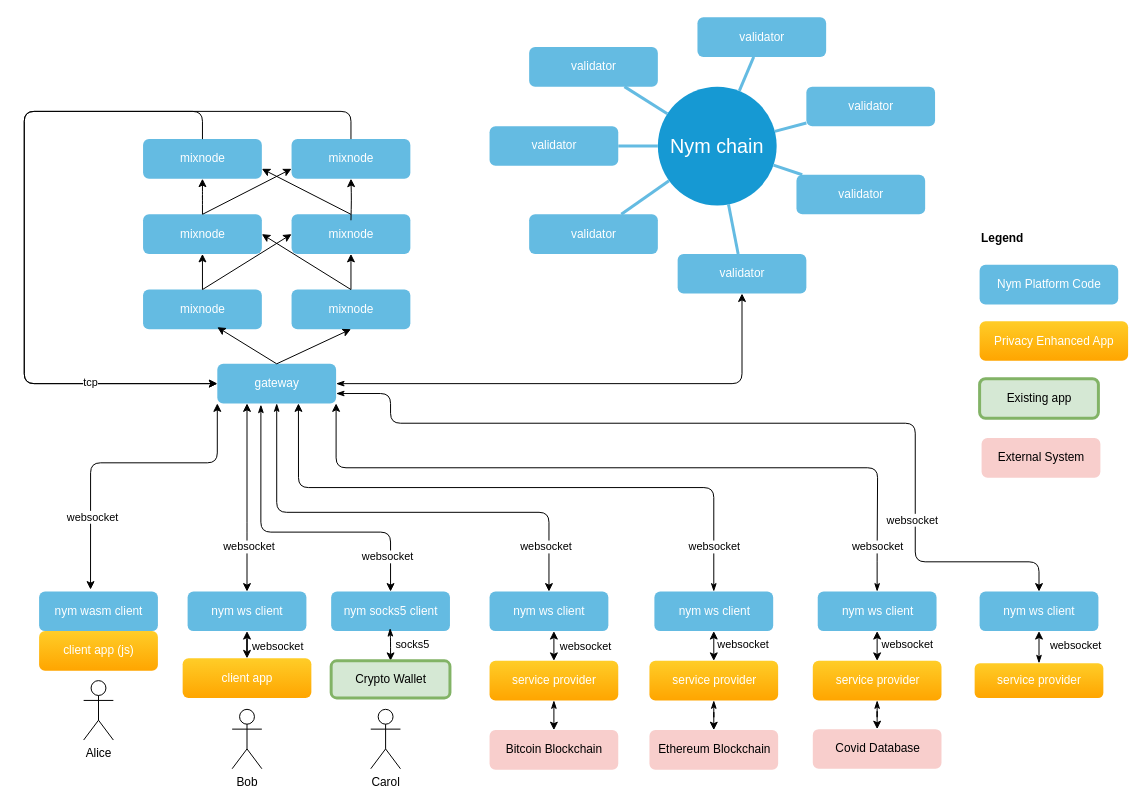
sven-hash/docs keeps this draw.io diagram as static/drawio_files/nym-platform.drawio. Above is the earlier version. Source tidied: cells renumbered, new cells numbered last; positions are measured from the earlier drawing's top-left corner, leaving out a move shared by most shapes. Both pictures are drawn from the tidied source at 99%, with x=0, y=0 at pixel (24, 17).
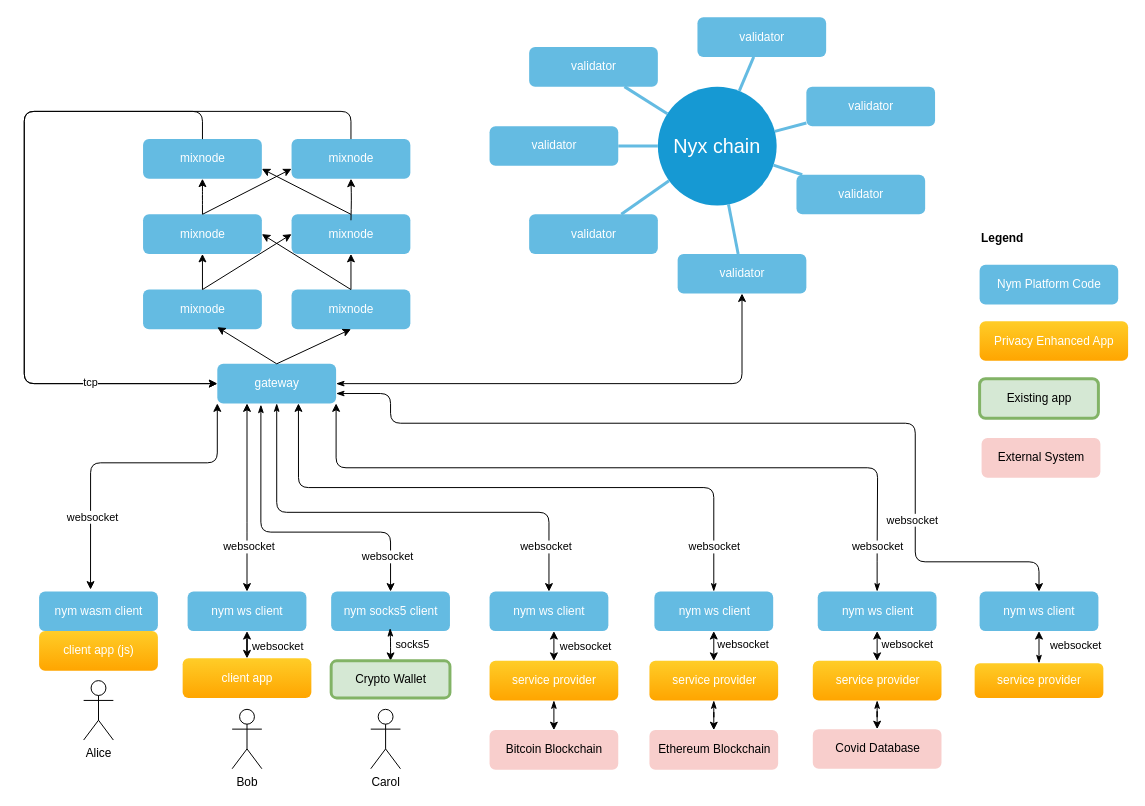
The same page after the edit.

Commit message (it also covers changes not shown here):
updated network diagram: 'nym' changed to 'nyx' when referring to bchain

The edit, as a diff of the source:
```diff
@@
-    <mxCell id="2" value="Nym chain" style="ellipse;whiteSpace=wrap;html=1;shadow=0;fontFamily=Helvetica;fontSize=20;fontColor=#FFFFFF;align=center;strokeWidth=3;fillColor=#1699D3;strokeColor=none;" parent="1" vertex="1">
+    <mxCell id="2" value="Nyx chain" style="ellipse;whiteSpace=wrap;html=1;shadow=0;fontFamily=Helvetica;fontSize=20;fontColor=#FFFFFF;align=center;strokeWidth=3;fillColor=#1699D3;strokeColor=none;" parent="1" vertex="1">
       <mxGeometry x="640" y="70" width="120" height="120" as="geometry" />
     </mxCell>
```
